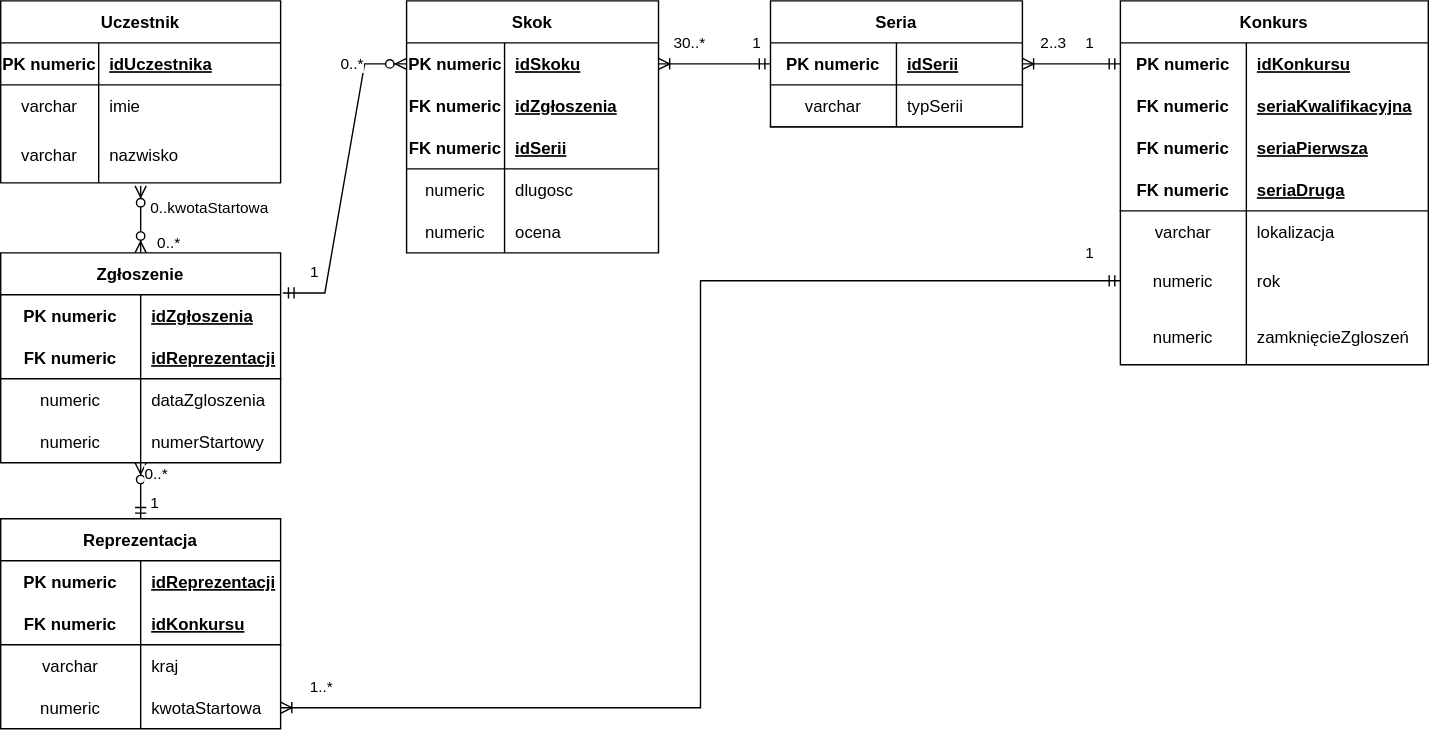
Earlier version of the draw.io export SkokiERD.svg (kamart02/skokiBD). Source tidied: cells renumbered, new cells last; positions are measured from the earlier drawing's top-left corner, leaving out a move shared by most shapes.
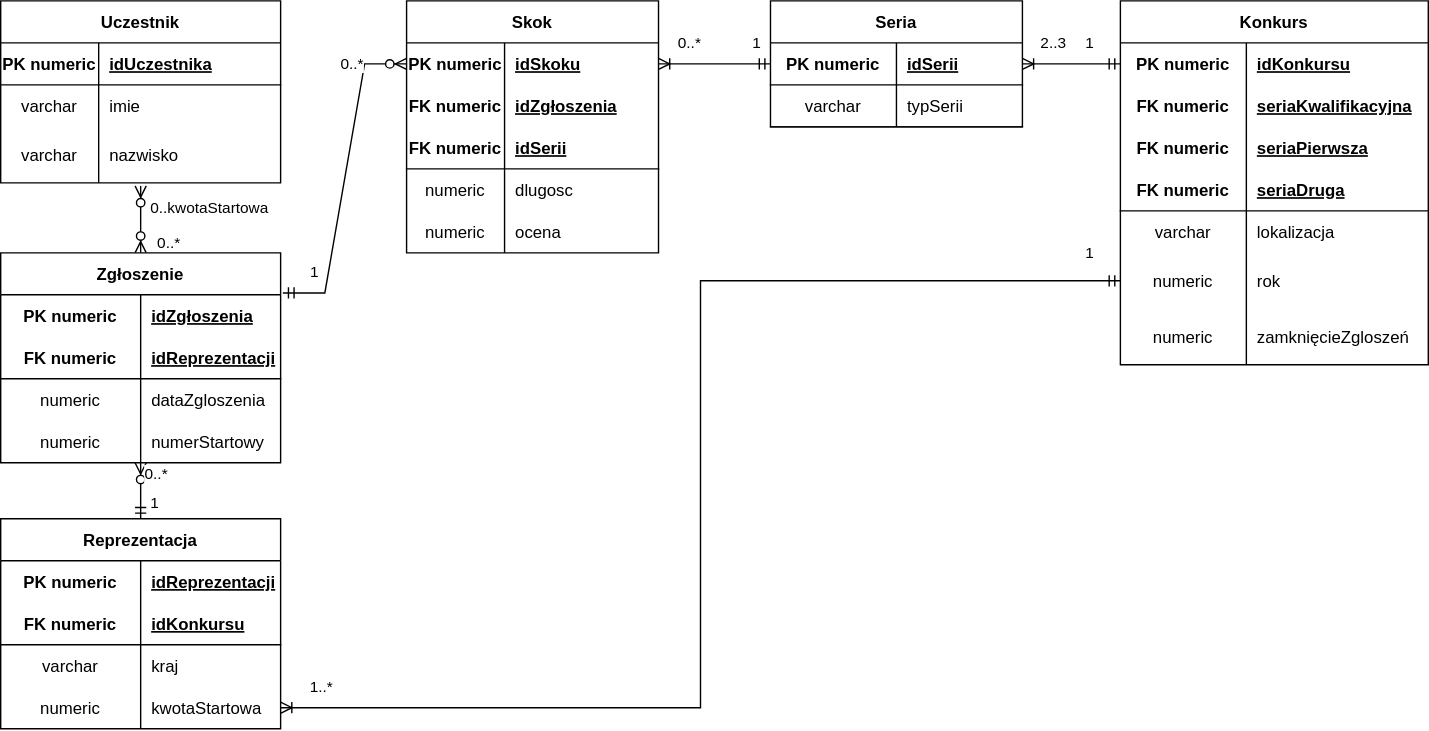
The same file after the commit.

The edit, as a diff of the source:
```diff
@@ -183,7 +183,7 @@
     <mxCell id="60" style="fontSize=12;html=1;endArrow=ERoneToMany;startArrow=ERmandOne;rounded=0;edgeStyle=orthogonalEdgeStyle;exitX=0;exitY=0.5;exitDx=0;exitDy=0;entryX=1;entryY=0.5;entryDx=0;entryDy=0;" parent="1" edge="1" source="51" target="13">
       <mxGeometry relative="1" as="geometry" />
     </mxCell>
-    <mxCell id="61" value="&lt;div&gt;30..*&lt;/div&gt;" style="edgeLabel;html=1;align=center;verticalAlign=middle;" parent="60" vertex="1">
+    <mxCell id="61" value="&lt;div&gt;0..*&lt;/div&gt;" style="edgeLabel;html=1;align=center;verticalAlign=middle;" parent="60" vertex="1">
       <mxGeometry x="0.63" relative="1" as="geometry">
         <mxPoint x="7" y="-15" as="offset" />
       </mxGeometry>
```
